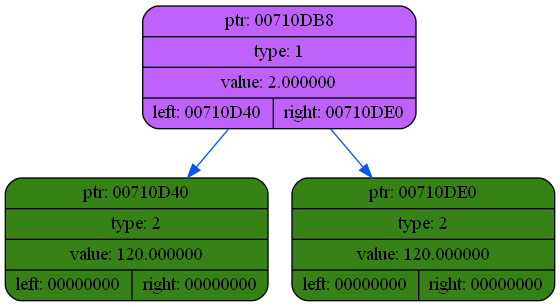
Earlier version of the Graphviz export dump/dump3.png (coffee8cat/differentiator). Its source is kept beside it as dump/dump3.dot.
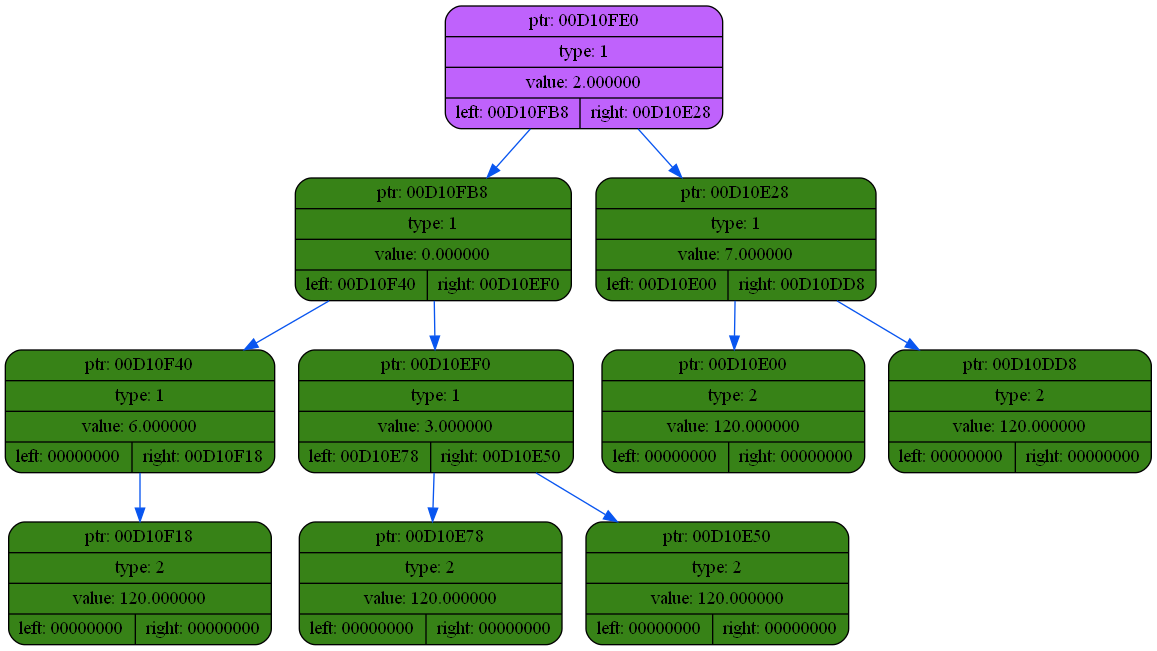
After the change.

The edit, as a diff of the source:
```diff
@@ -2,9 +2,23 @@
 {
     rankdir=TP
 
-        node00710DB8[shape=record,style="rounded,filled",fillcolor="#BF62FC",label="{ ptr: 00710DB8 | type: 1 | value: 2.000000| { left: 00710D40 | right: 00710DE0 }}"];
-    node00710DB8 -> node00710D40[color="#0855F0"]
-    node00710D40[shape=record,style="rounded,filled",fillcolor="#378217",label="{ ptr: 00710D40 | type: 2 | value: 120.000000| { left: 00000000 | right: 00000000 }}"];
-    node00710DB8 -> node00710DE0[color="#0855F0"]
-    node00710DE0[shape=record,style="rounded,filled",fillcolor="#378217",label="{ ptr: 00710DE0 | type: 2 | value: 120.000000| { left: 00000000 | right: 00000000 }}"];
+        node00D10FE0[shape=record,style="rounded,filled",fillcolor="#BF62FC",label="{ ptr: 00D10FE0 | type: 1 | value: 2.000000| { left: 00D10FB8 | right: 00D10E28 }}"];
+    node00D10FE0 -> node00D10FB8[color="#0855F0"]
+    node00D10FB8[shape=record,style="rounded,filled",fillcolor="#378217",label="{ ptr: 00D10FB8 | type: 1 | value: 0.000000| { left: 00D10F40 | right: 00D10EF0 }}"];
+    node00D10FB8 -> node00D10F40[color="#0855F0"]
+    node00D10F40[shape=record,style="rounded,filled",fillcolor="#378217",label="{ ptr: 00D10F40 | type: 1 | value: 6.000000| { left: 00000000 | right: 00D10F18 }}"];
+    node00D10F40 -> node00D10F18[color="#0855F0"]
+    node00D10F18[shape=record,style="rounded,filled",fillcolor="#378217",label="{ ptr: 00D10F18 | type: 2 | value: 120.000000| { left: 00000000 | right: 00000000 }}"];
+    node00D10FB8 -> node00D10EF0[color="#0855F0"]
+    node00D10EF0[shape=record,style="rounded,filled",fillcolor="#378217",label="{ ptr: 00D10EF0 | type: 1 | value: 3.000000| { left: 00D10E78 | right: 00D10E50 }}"];
+    node00D10EF0 -> node00D10E78[color="#0855F0"]
+    node00D10E78[shape=record,style="rounded,filled",fillcolor="#378217",label="{ ptr: 00D10E78 | type: 2 | value: 120.000000| { left: 00000000 | right: 00000000 }}"];
+    node00D10EF0 -> node00D10E50[color="#0855F0"]
+    node00D10E50[shape=record,style="rounded,filled",fillcolor="#378217",label="{ ptr: 00D10E50 | type: 2 | value: 120.000000| { left: 00000000 | right: 00000000 }}"];
+    node00D10FE0 -> node00D10E28[color="#0855F0"]
+    node00D10E28[shape=record,style="rounded,filled",fillcolor="#378217",label="{ ptr: 00D10E28 | type: 1 | value: 7.000000| { left: 00D10E00 | right: 00D10DD8 }}"];
+    node00D10E28 -> node00D10E00[color="#0855F0"]
+    node00D10E00[shape=record,style="rounded,filled",fillcolor="#378217",label="{ ptr: 00D10E00 | type: 2 | value: 120.000000| { left: 00000000 | right: 00000000 }}"];
+    node00D10E28 -> node00D10DD8[color="#0855F0"]
+    node00D10DD8[shape=record,style="rounded,filled",fillcolor="#378217",label="{ ptr: 00D10DD8 | type: 2 | value: 120.000000| { left: 00000000 | right: 00000000 }}"];
 }
```
